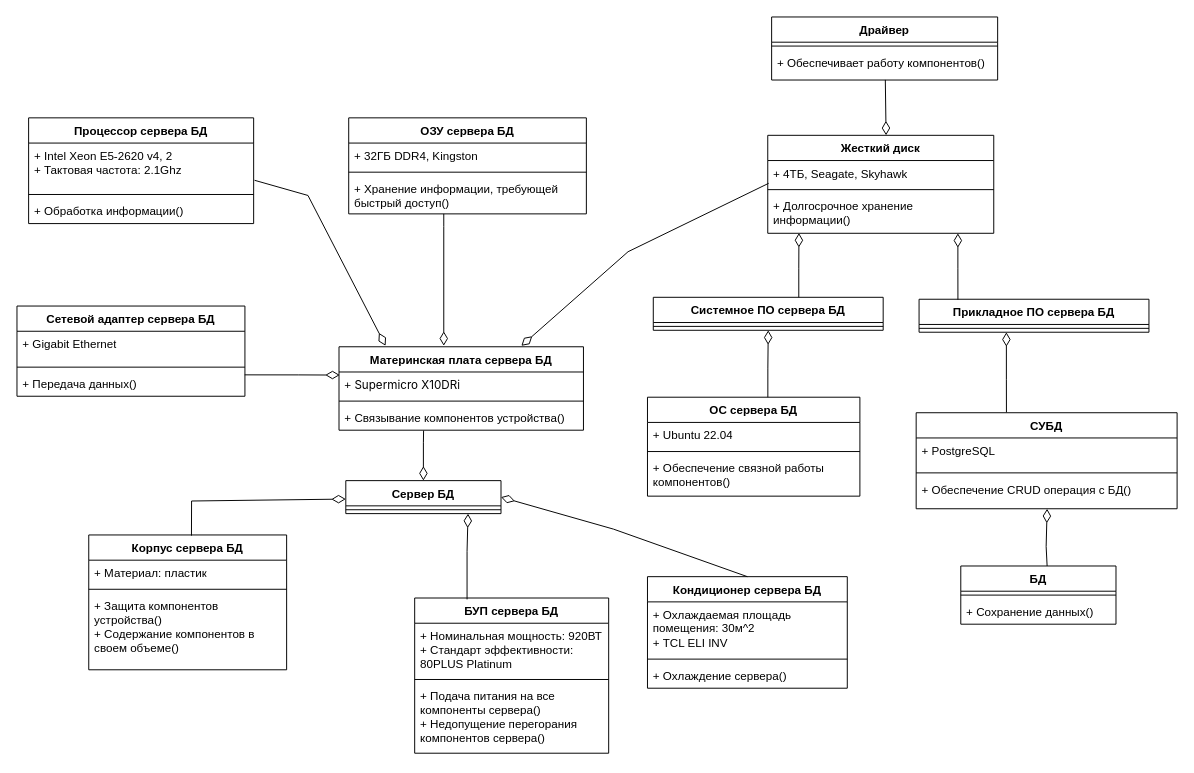
The draw.io diagram Определение проекта АИС "Сервер БД".drawio in hiff0/db-city-council, before the edit. Source tidied: cells renumbered, new cells numbered last; positions are measured from the earlier drawing's top-left corner, leaving out a move shared by most shapes. Both pictures are drawn from the tidied source at 97%, with x=0, y=0 at pixel (16, 16).
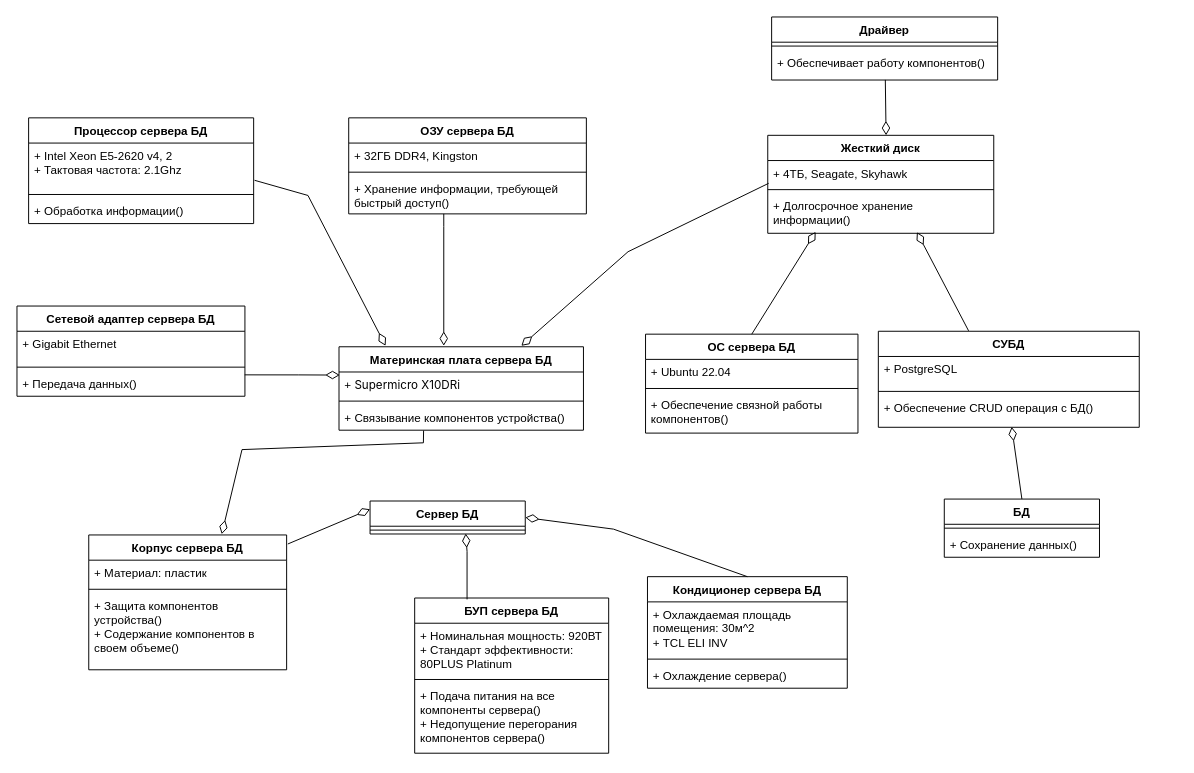
After the change.

Unchanged cells that the change refers to:
```xml
<mxCell id="3" style="line;strokeWidth=1;fillColor=none;align=left;verticalAlign=middle;spacingTop=-1;spacingLeft=3;spacingRight=3;labelPosition=right;points=[];portConstraint=eastwest;strokeColor=inherit;" parent="2" vertex="1">
  <mxGeometry y="26" width="160" height="8" as="geometry" />
</mxCell>
<mxCell id="4" value="Корпус сервера БД" style="swimlane;fontStyle=1;align=center;verticalAlign=top;horizontal=1;startSize=26;whiteSpace=wrap;html=1;" parent="1" vertex="1">
  <mxGeometry x="74" y="534" width="204" height="139" as="geometry" />
</mxCell>
<mxCell id="11" value="+ Связывание компонентов устройства()" style="text;strokeColor=none;fillColor=none;align=left;verticalAlign=top;spacingLeft=4;spacingRight=4;overflow=hidden;points=[[0,0.5],[1,0.5]];portConstraint=eastwest;whiteSpace=wrap;html=1;" parent="8" vertex="1">
  <mxGeometry y="60" width="252" height="26" as="geometry" />
</mxCell>
<mxCell id="23" value="+ Долгосрочное хранение информации()" style="text;strokeColor=none;fillColor=none;align=left;verticalAlign=top;spacingLeft=4;spacingRight=4;overflow=hidden;points=[[0,0.5],[1,0.5]];portConstraint=eastwest;whiteSpace=wrap;html=1;" parent="20" vertex="1">
  <mxGeometry y="60" width="233" height="41" as="geometry" />
</mxCell>
<mxCell id="39" value="&lt;div&gt;+ Обеспечение CRUD операция с БД()&lt;/div&gt;" style="text;strokeColor=none;fillColor=none;align=left;verticalAlign=top;spacingLeft=4;spacingRight=4;overflow=hidden;points=[[0,0.5],[1,0.5]];portConstraint=eastwest;whiteSpace=wrap;html=1;" parent="36" vertex="1">
  <mxGeometry y="66" width="269" height="33" as="geometry" />
</mxCell>
<mxCell id="50" value="БУП сервера БД" style="swimlane;fontStyle=1;align=center;verticalAlign=top;horizontal=1;startSize=26;whiteSpace=wrap;html=1;" parent="1" vertex="1">
  <mxGeometry x="410" y="599" width="200" height="160" as="geometry" />
</mxCell>
```

The edit, as a diff of the source:
```diff
@@
     <mxCell id="2" value="Сервер БД" style="swimlane;fontStyle=1;align=center;verticalAlign=top;horizontal=1;startSize=26;whiteSpace=wrap;html=1;" parent="1" vertex="1">
-      <mxGeometry x="339" y="478" width="160" height="34" as="geometry" />
+      <mxGeometry x="364" y="499" width="160" height="34" as="geometry" />
     </mxCell>
@@
-    <mxCell id="28" value="Системное ПО сервера БД" style="swimlane;fontStyle=1;align=center;verticalAlign=top;horizontal=1;startSize=26;whiteSpace=wrap;html=1;" parent="1" vertex="1">
-      <mxGeometry x="656" y="289" width="237" height="34" as="geometry" />
-    </mxCell>
-    <mxCell id="29" style="line;strokeWidth=1;fillColor=none;align=left;verticalAlign=middle;spacingTop=-1;spacingLeft=3;spacingRight=3;labelPosition=right;strokeColor=inherit;" parent="28" vertex="1">
-      <mxGeometry y="26" width="237" height="8" as="geometry" />
-    </mxCell>
-    <mxCell id="30" value="Прикладное ПО сервера БД" style="swimlane;fontStyle=1;align=center;verticalAlign=top;horizontal=1;startSize=26;whiteSpace=wrap;html=1;" parent="1" vertex="1">
-      <mxGeometry x="930" y="291" width="237" height="34" as="geometry" />
-    </mxCell>
-    <mxCell id="31" style="line;strokeWidth=1;fillColor=none;align=left;verticalAlign=middle;spacingTop=-1;spacingLeft=3;spacingRight=3;labelPosition=right;strokeColor=inherit;" parent="30" vertex="1">
-      <mxGeometry y="26" width="237" height="8" as="geometry" />
-    </mxCell>
     <mxCell id="32" value="ОС сервера БД" style="swimlane;fontStyle=1;align=center;verticalAlign=top;horizontal=1;startSize=26;whiteSpace=wrap;html=1;" parent="1" vertex="1">
-      <mxGeometry x="650" y="392" width="219" height="102" as="geometry" />
+      <mxGeometry x="648" y="327" width="219" height="102" as="geometry" />
     </mxCell>
@@
     <mxCell id="36" value="СУБД" style="swimlane;fontStyle=1;align=center;verticalAlign=top;horizontal=1;startSize=26;whiteSpace=wrap;html=1;" parent="1" vertex="1">
-      <mxGeometry x="927" y="408" width="269" height="99" as="geometry" />
+      <mxGeometry x="888" y="324" width="269" height="99" as="geometry" />
     </mxCell>
@@
-    <mxCell id="40" style="endArrow=diamondThin;endFill=0;endSize=12;html=1;rounded=0;exitX=0.519;exitY=0.005;exitDx=0;exitDy=0;exitPerimeter=0;" parent="1" edge="1" source="4">
-      <mxGeometry relative="1" as="geometry">
-        <mxPoint x="339" y="497" as="targetPoint" />
-        <Array as="points">
-          <mxPoint x="180" y="499" />
-        </Array>
-      </mxGeometry>
+    <mxCell id="40" style="endArrow=diamondThin;endFill=0;endSize=12;html=1;rounded=0;exitX=1.006;exitY=0.067;exitDx=0;exitDy=0;exitPerimeter=0;entryX=0;entryY=0.25;entryDx=0;entryDy=0;" parent="1" edge="1" source="4" target="2">
+      <mxGeometry relative="1" as="geometry" />
     </mxCell>
-    <mxCell id="41" style="endArrow=diamondThin;endFill=0;endSize=12;html=1;rounded=0;exitX=0.346;exitY=1.016;exitDx=0;exitDy=0;exitPerimeter=0;entryX=0.5;entryY=0;entryDx=0;entryDy=0;" parent="1" edge="1" source="11" target="2">
+    <mxCell id="41" style="endArrow=diamondThin;endFill=0;endSize=12;html=1;rounded=0;exitX=0.346;exitY=1.016;exitDx=0;exitDy=0;exitPerimeter=0;entryX=0.672;entryY=-0.006;entryDx=0;entryDy=0;entryPerimeter=0;" parent="1" edge="1" source="11" target="4">
       <mxGeometry relative="1" as="geometry">
         <Array as="points">
           <mxPoint x="419" y="439" />
+          <mxPoint x="232" y="446" />
         </Array>
       </mxGeometry>
     </mxCell>
@@
-    <mxCell id="46" style="endArrow=diamondThin;endFill=0;endSize=12;html=1;rounded=0;entryX=0.138;entryY=0.993;entryDx=0;entryDy=0;entryPerimeter=0;" parent="1" edge="1" target="23">
-      <mxGeometry relative="1" as="geometry">
-        <mxPoint x="806" y="289" as="sourcePoint" />
-        <Array as="points">
-          <mxPoint x="806" y="259" />
-        </Array>
-      </mxGeometry>
-    </mxCell>
-    <mxCell id="47" style="endArrow=diamondThin;endFill=0;endSize=12;html=1;rounded=0;entryX=0.138;entryY=0.993;entryDx=0;entryDy=0;entryPerimeter=0;exitX=0.169;exitY=0.014;exitDx=0;exitDy=0;exitPerimeter=0;" parent="1" edge="1" source="30">
-      <mxGeometry relative="1" as="geometry">
-        <mxPoint x="970" y="223" as="targetPoint" />
-        <Array as="points">
-          <mxPoint x="970" y="259" />
-        </Array>
-      </mxGeometry>
-    </mxCell>
-    <mxCell id="48" style="endArrow=diamondThin;endFill=0;endSize=12;html=1;rounded=0;entryX=0.5;entryY=1;entryDx=0;entryDy=0;" parent="1" edge="1" target="28">
-      <mxGeometry relative="1" as="geometry">
-        <mxPoint x="774.1" y="392" as="sourcePoint" />
-        <Array as="points">
-          <mxPoint x="774.1" y="362" />
-        </Array>
-      </mxGeometry>
+    <mxCell id="48" style="endArrow=diamondThin;endFill=0;endSize=12;html=1;rounded=0;entryX=0.212;entryY=0.965;entryDx=0;entryDy=0;entryPerimeter=0;exitX=0.5;exitY=0;exitDx=0;exitDy=0;" parent="1" edge="1" source="32" target="23">
+      <mxGeometry relative="1" as="geometry" />
     </mxCell>
-    <mxCell id="49" style="endArrow=diamondThin;endFill=0;endSize=12;html=1;rounded=0;exitX=0.346;exitY=-0.004;exitDx=0;exitDy=0;exitPerimeter=0;" parent="1" edge="1" source="36">
-      <mxGeometry relative="1" as="geometry">
-        <mxPoint x="1020" y="325" as="targetPoint" />
-        <Array as="points">
-          <mxPoint x="1020" y="374" />
-        </Array>
-      </mxGeometry>
+    <mxCell id="49" style="endArrow=diamondThin;endFill=0;endSize=12;html=1;rounded=0;exitX=0.346;exitY=-0.004;exitDx=0;exitDy=0;exitPerimeter=0;entryX=0.66;entryY=0.972;entryDx=0;entryDy=0;entryPerimeter=0;" parent="1" edge="1" source="36" target="23">
+      <mxGeometry relative="1" as="geometry" />
     </mxCell>
@@
-    <mxCell id="54" style="endArrow=diamondThin;endFill=0;endSize=12;html=1;rounded=0;entryX=0.5;entryY=1;entryDx=0;entryDy=0;exitX=0.27;exitY=0.009;exitDx=0;exitDy=0;exitPerimeter=0;" parent="1" edge="1" source="50">
+    <mxCell id="54" style="endArrow=diamondThin;endFill=0;endSize=12;html=1;rounded=0;entryX=0.616;entryY=0.943;entryDx=0;entryDy=0;exitX=0.27;exitY=0.009;exitDx=0;exitDy=0;exitPerimeter=0;entryPerimeter=0;" parent="1" edge="1" source="50" target="3">
       <mxGeometry relative="1" as="geometry">
-        <mxPoint x="465" y="512" as="targetPoint" />
         <Array as="points">
           <mxPoint x="464" y="551" />
         </Array>
       </mxGeometry>
     </mxCell>
     <mxCell id="55" value="БД" style="swimlane;fontStyle=1;align=center;verticalAlign=top;horizontal=1;startSize=26;whiteSpace=wrap;html=1;" parent="1" vertex="1">
-      <mxGeometry x="973" y="566" width="160" height="60" as="geometry" />
+      <mxGeometry x="956" y="497" width="160" height="60" as="geometry" />
     </mxCell>
@@
-    <mxCell id="58" style="endArrow=diamondThin;endFill=0;endSize=12;html=1;rounded=0;entryX=0.5;entryY=1;entryDx=0;entryDy=0;" parent="1" edge="1">
-      <mxGeometry relative="1" as="geometry">
-        <mxPoint x="1062" y="566" as="sourcePoint" />
-        <mxPoint x="1062" y="507" as="targetPoint" />
-        <Array as="points">
-          <mxPoint x="1061" y="546" />
-        </Array>
-      </mxGeometry>
+    <mxCell id="58" style="endArrow=diamondThin;endFill=0;endSize=12;html=1;rounded=0;entryX=0.511;entryY=0.988;entryDx=0;entryDy=0;entryPerimeter=0;exitX=0.5;exitY=0;exitDx=0;exitDy=0;" parent="1" edge="1" source="55" target="39">
+      <mxGeometry relative="1" as="geometry" />
     </mxCell>
```
